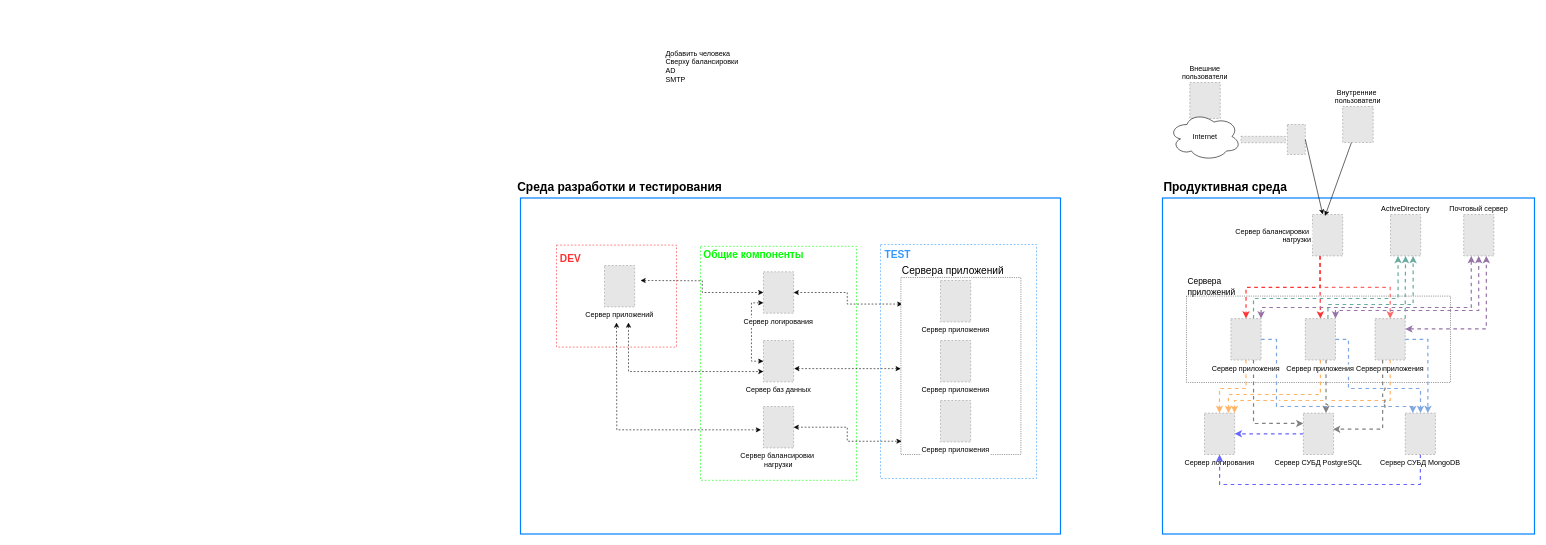
This is page "Копия Среда разработки/среда тестирования" (2 of 3) of Диаграмма без названия.drawio from SamRozhkov/DocTrix, a draw.io file, before an edit. Source tidied: cells renumbered, new cells numbered last; positions are measured from the earlier drawing's top-left corner, leaving out a move shared by most shapes. Both pictures are drawn from the tidied source at 60%, with x=0, y=0 at pixel (520, 34). Pictures stored in the file or linked from it are replaced by grey dashed boxes.
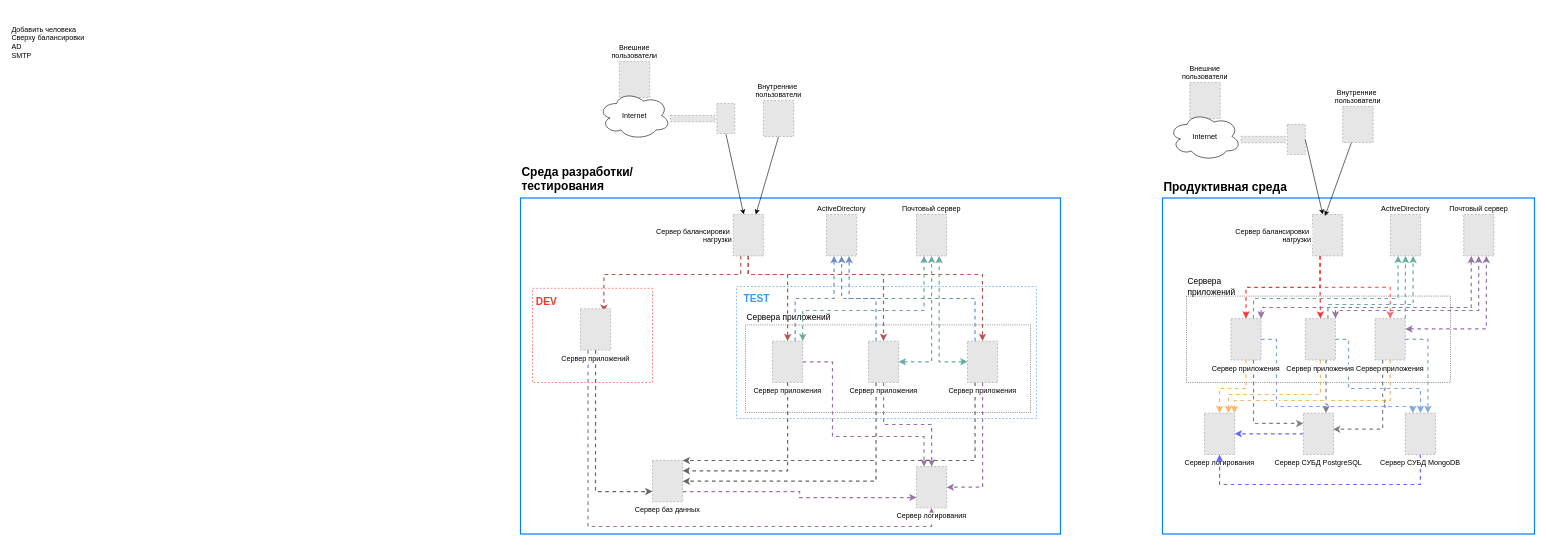
Above is the later version.

What changed in the source:
```diff
@@
     <mxCell id="3" style="rounded=0;whiteSpace=wrap;html=1;dashed=1;strokeColor=#FF3333;" parent="1" vertex="1">
-      <mxGeometry x="60" y="351" width="200" height="170" as="geometry" />
+      <mxGeometry x="20" y="423" width="200" height="157" as="geometry" />
     </mxCell>
-    <mxCell id="4" value="Среда разработки и тестирования" style="text;strokeColor=none;fillColor=none;html=1;fontSize=20;fontStyle=1;verticalAlign=middle;align=center;" parent="1" vertex="1">
-      <mxGeometry x="115.2" y="232.5" width="100" height="40" as="geometry" />
+    <mxCell id="4" value="Среда разработки/&amp;nbsp;&lt;div&gt;тестирования&lt;/div&gt;" style="text;strokeColor=none;fillColor=none;html=1;fontSize=20;fontStyle=1;verticalAlign=middle;align=left;" parent="1" vertex="1">
+      <mxGeometry y="220" width="100" height="40" as="geometry" />
     </mxCell>
-    <mxCell id="5" style="rounded=0;whiteSpace=wrap;html=1;dashed=1;strokeColor=#00FF00;" parent="1" vertex="1">
-      <mxGeometry x="300" y="353" width="260" height="390" as="geometry" />
-    </mxCell>
-    <mxCell id="6" style="edgeStyle=orthogonalEdgeStyle;rounded=0;jettySize=auto;html=1;startArrow=classic;startFill=1;entryX=0;entryY=0.5;entryDx=0;entryDy=0;dashed=1;" parent="1" edge="1" target="17">
+    <mxCell id="6" style="edgeStyle=orthogonalEdgeStyle;rounded=0;jettySize=auto;html=1;startArrow=none;startFill=0;entryX=0.5;entryY=1;entryDx=0;entryDy=0;dashed=1;exitX=0.25;exitY=1;exitDx=0;exitDy=0;fillColor=#e1d5e7;strokeColor=#9673a6;strokeWidth=2;" parent="1" edge="1" source="16" target="17">
       <mxGeometry relative="1" as="geometry">
-        <mxPoint x="200" y="410" as="sourcePoint" />
+        <Array as="points">
+          <mxPoint x="113" y="820" />
+          <mxPoint x="685" y="820" />
+        </Array>
       </mxGeometry>
     </mxCell>
     <mxCell id="7" style="rounded=0;whiteSpace=wrap;html=1;dashed=1;strokeColor=#3399FF;" parent="1" vertex="1">
-      <mxGeometry x="600" y="350" width="260" height="390" as="geometry" />
+      <mxGeometry x="360" y="420" width="500" height="220" as="geometry" />
     </mxCell>
-    <mxCell id="8" style="edgeStyle=elbowEdgeStyle;rounded=0;jettySize=auto;html=1;startArrow=classic;startFill=1;entryX=0;entryY=0.75;entryDx=0;entryDy=0;dashed=1;" parent="1" edge="1" target="18">
+    <mxCell id="8" style="edgeStyle=elbowEdgeStyle;rounded=0;jettySize=auto;html=1;startArrow=none;startFill=0;entryX=0;entryY=0.75;entryDx=0;entryDy=0;dashed=1;exitX=0.5;exitY=1;exitDx=0;exitDy=0;fillColor=#f5f5f5;strokeColor=#666666;strokeWidth=2;" parent="1" edge="1" source="16" target="18">
       <mxGeometry relative="1" as="geometry">
-        <mxPoint x="180" y="480" as="sourcePoint" />
         <Array as="points">
-          <mxPoint x="180" y="570" />
+          <mxPoint x="125" y="640" />
         </Array>
       </mxGeometry>
     </mxCell>
-    <mxCell id="9" style="rounded=0;jettySize=auto;html=1;entryX=1;entryY=0.5;entryDx=0;entryDy=0;startArrow=classic;startFill=1;exitX=0.013;exitY=0.15;exitDx=0;exitDy=0;exitPerimeter=0;edgeStyle=orthogonalEdgeStyle;dashed=1;" parent="1" edge="1" source="11" target="17">
-      <mxGeometry relative="1" as="geometry" />
-    </mxCell>
-    <mxCell id="10" style="rounded=0;jettySize=auto;html=1;exitX=-0.001;exitY=0.515;exitDx=0;exitDy=0;entryX=1.018;entryY=0.679;entryDx=0;entryDy=0;startArrow=classic;startFill=1;exitPerimeter=0;entryPerimeter=0;dashed=1;" parent="1" edge="1" source="11" target="18">
-      <mxGeometry relative="1" as="geometry" />
-    </mxCell>
     <mxCell id="11" style="whiteSpace=wrap;html=1;dashed=1;strokeColor=default;dashPattern=1 2;" parent="1" vertex="1">
-      <mxGeometry x="634" y="405" width="200" height="295" as="geometry" />
+      <mxGeometry x="375.1" y="484" width="474.9" height="146" as="geometry" />
     </mxCell>
-    <mxCell id="12" value="Сервера приложений" style="text;html=1;align=left;verticalAlign=middle;whiteSpace=wrap;rounded=0;fontSize=17;" parent="1" vertex="1">
-      <mxGeometry x="634" y="380" width="230" height="30" as="geometry" />
+    <mxCell id="12" value="Сервера приложений" style="text;html=1;align=left;verticalAlign=middle;whiteSpace=wrap;rounded=0;fontSize=14;" parent="1" vertex="1">
+      <mxGeometry x="375.1" y="457" width="230" height="30" as="geometry" />
     </mxCell>
-    <mxCell id="13" style="edgeStyle=orthogonalEdgeStyle;rounded=0;jettySize=auto;html=1;exitX=0;exitY=0.5;exitDx=0;exitDy=0;entryX=0;entryY=0.75;entryDx=0;entryDy=0;startArrow=classic;startFill=1;dashed=1;" parent="1" edge="1" source="18" target="17">
+    <mxCell id="13" style="edgeStyle=orthogonalEdgeStyle;rounded=0;jettySize=auto;html=1;exitX=1;exitY=0.75;exitDx=0;exitDy=0;entryX=0;entryY=0.75;entryDx=0;entryDy=0;startArrow=none;startFill=0;dashed=1;fillColor=#e1d5e7;strokeColor=#9673a6;strokeWidth=2;" parent="1" edge="1" source="18" target="17">
       <mxGeometry relative="1" as="geometry" />
     </mxCell>
-    <mxCell id="14" style="edgeStyle=orthogonalEdgeStyle;rounded=0;jettySize=auto;html=1;exitX=-0.079;exitY=0.564;exitDx=0;exitDy=0;startArrow=classic;startFill=1;exitPerimeter=0;dashed=1;" parent="1" edge="1" source="19">
+    <mxCell id="14" style="edgeStyle=orthogonalEdgeStyle;rounded=0;jettySize=auto;html=1;exitX=0.25;exitY=1;exitDx=0;exitDy=0;startArrow=none;startFill=0;dashed=1;entryX=0.5;entryY=1;entryDx=0;entryDy=0;fillColor=#f8cecc;strokeColor=#b85450;strokeWidth=2;" parent="1" edge="1" source="19" target="24">
       <mxGeometry relative="1" as="geometry">
-        <mxPoint x="160" y="480" as="targetPoint" />
+        <Array as="points">
+          <mxPoint x="367" y="400" />
+          <mxPoint x="139" y="400" />
+        </Array>
       </mxGeometry>
     </mxCell>
-    <mxCell id="15" style="edgeStyle=orthogonalEdgeStyle;rounded=0;jettySize=auto;html=1;entryX=0.006;entryY=0.925;entryDx=0;entryDy=0;startArrow=classic;startFill=1;entryPerimeter=0;dashed=1;" parent="1" edge="1" source="19" target="11">
-      <mxGeometry relative="1" as="geometry" />
+    <mxCell id="15" style="edgeStyle=orthogonalEdgeStyle;rounded=0;jettySize=auto;html=1;entryX=0.5;entryY=0;entryDx=0;entryDy=0;startArrow=none;startFill=0;fillColor=#f8cecc;strokeColor=#b85450;dashed=1;strokeWidth=2;" parent="1" edge="1" source="19" target="20">
+      <mxGeometry relative="1" as="geometry">
+        <Array as="points">
+          <mxPoint x="380" y="400" />
+          <mxPoint x="445" y="400" />
+        </Array>
+      </mxGeometry>
     </mxCell>
     <mxCell id="16" value="Сервер приложений" style="fillColor=#E6E6E6;strokeColor=#999999;dashed=1;verticalLabelPosition=bottom;labelBackgroundColor=default;verticalAlign=top;" parent="1" vertex="1">
-      <mxGeometry x="140" y="385" width="50.3" height="69" as="geometry" />
+      <mxGeometry x="100" y="457" width="50.3" height="69" as="geometry" />
     </mxCell>
     <mxCell id="17" value="Сервер логирования" style="fillColor=#E6E6E6;strokeColor=#999999;dashed=1;verticalLabelPosition=bottom;labelBackgroundColor=default;verticalAlign=top;" parent="1" vertex="1">
-      <mxGeometry x="404.9" y="395.5" width="50.3" height="69" as="geometry" />
+      <mxGeometry x="660" y="720" width="50.3" height="69" as="geometry" />
     </mxCell>
     <mxCell id="18" value="Сервер баз данных" style="fillColor=#E6E6E6;strokeColor=#999999;dashed=1;verticalLabelPosition=bottom;labelBackgroundColor=default;verticalAlign=top;" parent="1" vertex="1">
-      <mxGeometry x="404.9" y="510" width="50.3" height="69" as="geometry" />
+      <mxGeometry x="220" y="710" width="50.3" height="69" as="geometry" />
     </mxCell>
+    <mxCell id="67" style="edgeStyle=orthogonalEdgeStyle;rounded=0;jettySize=auto;html=1;exitX=0.5;exitY=1;exitDx=0;exitDy=0;fillColor=#f8cecc;strokeColor=#b85450;dashed=1;strokeWidth=2;" parent="1" edge="1" source="19" target="21">
+      <mxGeometry relative="1" as="geometry">
+        <Array as="points">
+          <mxPoint x="380" y="400" />
+          <mxPoint x="605" y="400" />
+        </Array>
+      </mxGeometry>
+    </mxCell>
+    <mxCell id="68" style="edgeStyle=orthogonalEdgeStyle;rounded=0;jettySize=auto;html=1;exitX=0.5;exitY=1;exitDx=0;exitDy=0;fillColor=#f8cecc;strokeColor=#b85450;dashed=1;strokeWidth=2;" parent="1" edge="1" source="19" target="22">
+      <mxGeometry relative="1" as="geometry">
+        <Array as="points">
+          <mxPoint x="380" y="400" />
+          <mxPoint x="770" y="400" />
+        </Array>
+      </mxGeometry>
+    </mxCell>
-    <mxCell id="19" value="Сервер балансировки &#10;нагрузки" style="fillColor=#E6E6E6;strokeColor=#999999;dashed=1;verticalLabelPosition=bottom;labelBackgroundColor=default;verticalAlign=top;" parent="1" vertex="1">
-      <mxGeometry x="404.9" y="620" width="50.3" height="69" as="geometry" />
+    <mxCell id="19" value="Сервер балансировки &#10;нагрузки" style="fillColor=#E6E6E6;strokeColor=#999999;dashed=1;verticalLabelPosition=middle;labelBackgroundColor=default;verticalAlign=middle;labelPosition=left;align=right;" parent="1" vertex="1">
+      <mxGeometry x="354.5" y="300" width="50.3" height="69" as="geometry" />
     </mxCell>
+    <mxCell id="69" style="edgeStyle=orthogonalEdgeStyle;rounded=0;jettySize=auto;html=1;exitX=1;exitY=0.5;exitDx=0;exitDy=0;entryX=0.25;entryY=0;entryDx=0;entryDy=0;dashed=1;fillColor=#e1d5e7;strokeColor=#9673a6;strokeWidth=2;" parent="1" edge="1" source="20" target="17">
+      <mxGeometry relative="1" as="geometry">
+        <Array as="points">
+          <mxPoint x="520" y="546" />
+          <mxPoint x="520" y="670" />
+          <mxPoint x="673" y="670" />
+        </Array>
+      </mxGeometry>
+    </mxCell>
+    <mxCell id="70" style="edgeStyle=orthogonalEdgeStyle;rounded=0;jettySize=auto;html=1;exitX=0.75;exitY=0;exitDx=0;exitDy=0;entryX=0.25;entryY=1;entryDx=0;entryDy=0;strokeWidth=2;dashed=1;fillColor=#dae8fc;strokeColor=#6c8ebf;" parent="1" edge="1" source="20" target="86">
+      <mxGeometry relative="1" as="geometry" />
+    </mxCell>
+    <mxCell id="71" style="edgeStyle=orthogonalEdgeStyle;rounded=0;jettySize=auto;html=1;exitX=1;exitY=0;exitDx=0;exitDy=0;entryX=0.25;entryY=1;entryDx=0;entryDy=0;strokeWidth=2;strokeColor=#67AB9F;dashed=1;startArrow=classic;startFill=1;" parent="1" edge="1" source="20" target="87">
+      <mxGeometry relative="1" as="geometry">
+        <Array as="points">
+          <mxPoint x="470" y="460" />
+          <mxPoint x="673" y="460" />
+        </Array>
+      </mxGeometry>
+    </mxCell>
     <mxCell id="20" value="Сервер приложения" style="fillColor=#E6E6E6;strokeColor=#999999;dashed=1;verticalLabelPosition=bottom;labelBackgroundColor=default;verticalAlign=top;" parent="1" vertex="1">
-      <mxGeometry x="700" y="410" width="50.3" height="69" as="geometry" />
+      <mxGeometry x="420" y="511" width="50.3" height="69" as="geometry" />
     </mxCell>
+    <mxCell id="72" style="edgeStyle=orthogonalEdgeStyle;rounded=0;jettySize=auto;html=1;exitX=0.5;exitY=1;exitDx=0;exitDy=0;dashed=1;fillColor=#e1d5e7;strokeColor=#9673a6;strokeWidth=2;" parent="1" edge="1" source="21" target="17">
+      <mxGeometry relative="1" as="geometry" />
+    </mxCell>
+    <mxCell id="73" style="edgeStyle=orthogonalEdgeStyle;rounded=0;jettySize=auto;html=1;exitX=0.25;exitY=1;exitDx=0;exitDy=0;entryX=1;entryY=0.5;entryDx=0;entryDy=0;strokeWidth=2;dashed=1;fillColor=#f5f5f5;strokeColor=#666666;" parent="1" edge="1" source="21" target="18">
+      <mxGeometry relative="1" as="geometry" />
+    </mxCell>
+    <mxCell id="74" style="edgeStyle=orthogonalEdgeStyle;rounded=0;jettySize=auto;html=1;exitX=0.25;exitY=0;exitDx=0;exitDy=0;strokeWidth=2;dashed=1;fillColor=#dae8fc;strokeColor=#6c8ebf;" parent="1" edge="1" source="21" target="86">
+      <mxGeometry relative="1" as="geometry" />
+    </mxCell>
+    <mxCell id="75" style="edgeStyle=orthogonalEdgeStyle;rounded=0;jettySize=auto;html=1;exitX=1;exitY=0.5;exitDx=0;exitDy=0;entryX=0.5;entryY=1;entryDx=0;entryDy=0;strokeWidth=2;strokeColor=#67AB9F;dashed=1;startArrow=classic;startFill=1;" parent="1" edge="1" source="21" target="87">
+      <mxGeometry relative="1" as="geometry" />
+    </mxCell>
     <mxCell id="21" value="Сервер приложения" style="fillColor=#E6E6E6;strokeColor=#999999;dashed=1;verticalLabelPosition=bottom;labelBackgroundColor=default;verticalAlign=top;" parent="1" vertex="1">
-      <mxGeometry x="700" y="510" width="50.3" height="69" as="geometry" />
+      <mxGeometry x="580" y="511" width="50.3" height="69" as="geometry" />
     </mxCell>
+    <mxCell id="76" style="edgeStyle=orthogonalEdgeStyle;rounded=0;jettySize=auto;html=1;exitX=0.25;exitY=1;exitDx=0;exitDy=0;entryX=1;entryY=0;entryDx=0;entryDy=0;strokeWidth=2;dashed=1;fillColor=#f5f5f5;strokeColor=#666666;jumpStyle=gap;" parent="1" edge="1" source="22" target="18">
+      <mxGeometry relative="1" as="geometry">
+        <Array as="points">
+          <mxPoint x="758" y="710" />
+        </Array>
+      </mxGeometry>
+    </mxCell>
+    <mxCell id="77" style="edgeStyle=orthogonalEdgeStyle;rounded=0;jettySize=auto;html=1;exitX=0.25;exitY=0;exitDx=0;exitDy=0;entryX=0.75;entryY=1;entryDx=0;entryDy=0;strokeWidth=2;dashed=1;fillColor=#dae8fc;strokeColor=#6c8ebf;" parent="1" edge="1" source="22" target="86">
+      <mxGeometry relative="1" as="geometry" />
+    </mxCell>
+    <mxCell id="78" style="edgeStyle=orthogonalEdgeStyle;rounded=0;jettySize=auto;html=1;exitX=0;exitY=0.5;exitDx=0;exitDy=0;entryX=0.75;entryY=1;entryDx=0;entryDy=0;strokeWidth=2;strokeColor=#67AB9F;dashed=1;startArrow=classic;startFill=1;" parent="1" edge="1" source="22" target="87">
+      <mxGeometry relative="1" as="geometry" />
+    </mxCell>
     <mxCell id="22" value="Сервер приложения" style="fillColor=#E6E6E6;strokeColor=#999999;dashed=1;verticalLabelPosition=bottom;labelBackgroundColor=default;verticalAlign=top;" parent="1" vertex="1">
-      <mxGeometry x="700" y="610" width="50.3" height="69" as="geometry" />
+      <mxGeometry x="745" y="511" width="50.3" height="69" as="geometry" />
     </mxCell>
     <mxCell id="23" value="TEST" style="text;html=1;align=left;verticalAlign=middle;whiteSpace=wrap;rounded=0;fontSize=17;fontStyle=1;fontColor=#3399FF;" parent="1" vertex="1">
-      <mxGeometry x="605.2" y="353" width="230" height="30" as="geometry" />
+      <mxGeometry x="370" y="427" width="230" height="30" as="geometry" />
     </mxCell>
     <mxCell id="24" value="DEV" style="text;html=1;align=left;verticalAlign=middle;whiteSpace=wrap;rounded=0;fontSize=17;fontStyle=1;fontColor=#FF3333;" parent="1" vertex="1">
-      <mxGeometry x="64" y="360" width="230" height="30" as="geometry" />
+      <mxGeometry x="24" y="432" width="230" height="30" as="geometry" />
     </mxCell>
-    <mxCell id="25" value="Общие компоненты" style="text;html=1;align=left;verticalAlign=middle;whiteSpace=wrap;rounded=0;fontSize=17;fontStyle=1;fontColor=#00FF00;" parent="1" vertex="1">
-      <mxGeometry x="303" y="353" width="230" height="30" as="geometry" />
-    </mxCell>
@@
     <mxCell id="55" value="Добавить человека&amp;nbsp;&lt;div&gt;Сверху балансировки&lt;/div&gt;&lt;div&gt;AD&lt;/div&gt;&lt;div&gt;SMTP&lt;/div&gt;&lt;div&gt;&lt;br&gt;&lt;/div&gt;" style="text;html=1;align=left;verticalAlign=middle;whiteSpace=wrap;rounded=0;" parent="1" vertex="1">
-      <mxGeometry x="240" width="240" height="120" as="geometry" />
+      <mxGeometry x="-850" y="-40" width="240" height="120" as="geometry" />
     </mxCell>
@@
+    <mxCell id="79" style="rounded=0;jettySize=auto;html=1;exitX=0.5;exitY=1;exitDx=0;exitDy=0;entryX=0.75;entryY=0;entryDx=0;entryDy=0;" parent="1" edge="1" source="80" target="19">
+      <mxGeometry relative="1" as="geometry" />
+    </mxCell>
+    <mxCell id="80" value="Внутренние &#10;пользователи" style="fillColor=#E6E6E6;strokeColor=#999999;dashed=1;verticalLabelPosition=top;labelBackgroundColor=default;verticalAlign=bottom;labelPosition=center;align=center;" parent="1" vertex="1">
+      <mxGeometry x="404.8" y="110" width="50.8" height="60" as="geometry" />
+    </mxCell>
+    <mxCell id="81" style="rounded=0;jettySize=auto;html=1;exitX=0.5;exitY=1;exitDx=0;exitDy=0;" parent="1" edge="1" source="82" target="19">
+      <mxGeometry relative="1" as="geometry" />
+    </mxCell>
+    <mxCell id="82" style="fillColor=#E6E6E6;strokeColor=#999999;dashed=1;verticalLabelPosition=bottom;labelBackgroundColor=default;verticalAlign=top;" parent="1" vertex="1">
+      <mxGeometry x="327.2" y="115" width="30" height="50" as="geometry" />
+    </mxCell>
+    <mxCell id="83" value="Внешние&#10;пользователи" style="fillColor=#E6E6E6;strokeColor=#999999;dashed=1;verticalLabelPosition=top;labelBackgroundColor=default;verticalAlign=bottom;labelPosition=center;align=center;" parent="1" vertex="1">
+      <mxGeometry x="164.7" y="45" width="50.8" height="60" as="geometry" />
+    </mxCell>
+    <mxCell id="84" value="Internet" style="ellipse;shape=cloud;whiteSpace=wrap;html=1;" parent="1" vertex="1">
+      <mxGeometry x="130.1" y="95" width="120" height="80" as="geometry" />
+    </mxCell>
+    <mxCell id="85" style="fillColor=#E6E6E6;strokeColor=#999999;dashed=1;verticalLabelPosition=bottom;labelBackgroundColor=default;verticalAlign=top;" parent="1" vertex="1">
+      <mxGeometry x="250.1" y="134.7" width="74" height="10.7" as="geometry" />
+    </mxCell>
+    <mxCell id="9" style="rounded=0;jettySize=auto;html=1;entryX=1;entryY=0.5;entryDx=0;entryDy=0;startArrow=none;startFill=0;exitX=0.5;exitY=1;exitDx=0;exitDy=0;edgeStyle=orthogonalEdgeStyle;dashed=1;fillColor=#e1d5e7;strokeColor=#9673a6;strokeWidth=2;" parent="1" edge="1" source="22" target="17">
+      <mxGeometry relative="1" as="geometry" />
+    </mxCell>
+    <mxCell id="10" style="rounded=0;jettySize=auto;html=1;exitX=0.5;exitY=1;exitDx=0;exitDy=0;entryX=1;entryY=0.25;entryDx=0;entryDy=0;startArrow=none;startFill=0;dashed=1;edgeStyle=orthogonalEdgeStyle;fillColor=#f5f5f5;strokeColor=#666666;strokeWidth=2;" parent="1" edge="1" source="20" target="18">
+      <mxGeometry relative="1" as="geometry" />
+    </mxCell>
+    <mxCell id="86" value="ActiveDirectory" style="fillColor=#E6E6E6;strokeColor=#999999;dashed=1;verticalLabelPosition=top;labelBackgroundColor=default;verticalAlign=bottom;labelPosition=center;align=center;" parent="1" vertex="1">
+      <mxGeometry x="510" y="300" width="50.3" height="69" as="geometry" />
+    </mxCell>
+    <mxCell id="87" value="Почтовый сервер" style="fillColor=#E6E6E6;strokeColor=#999999;dashed=1;verticalLabelPosition=top;labelBackgroundColor=default;verticalAlign=bottom;labelPosition=center;align=center;" parent="1" vertex="1">
+      <mxGeometry x="660" y="300" width="50.3" height="69" as="geometry" />
+    </mxCell>
```
